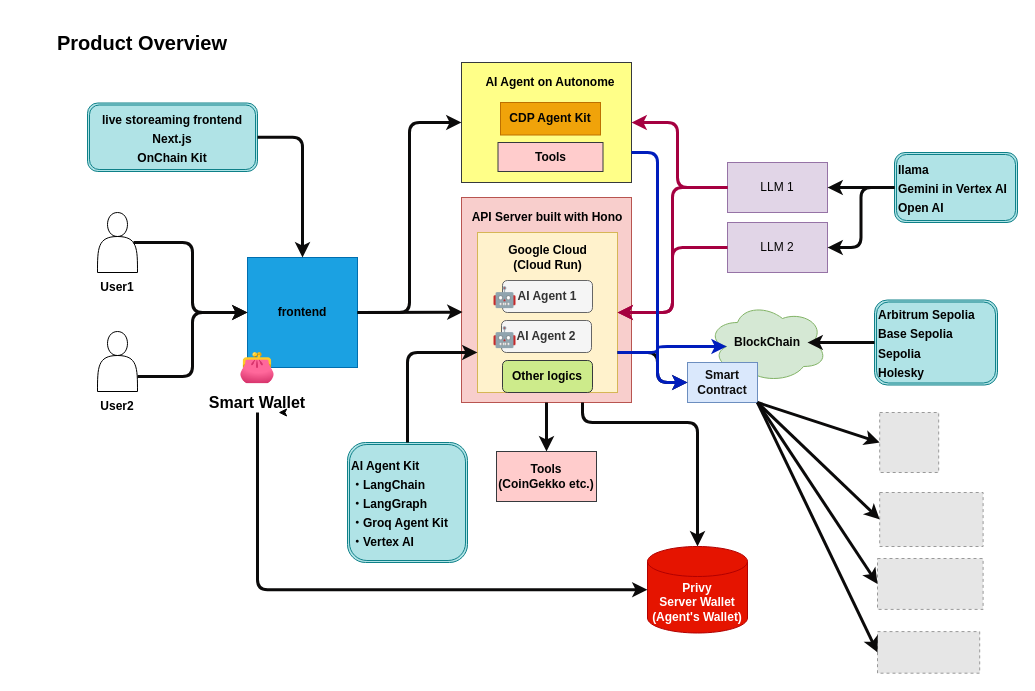
Above: page "Page-1" (1 of 2) of docs/architecture.drawio in mashharuki/AgenticEthereum2025 (draw.io), before the change. Source tidied: cells renumbered, new cells numbered last; positions are measured from the earlier drawing's top-left corner, leaving out a move shared by most shapes. Both pictures are drawn from the tidied source at 100%, with x=0, y=0 at pixel (17, 17). Pictures stored in the file or linked from it are replaced by grey dashed boxes.
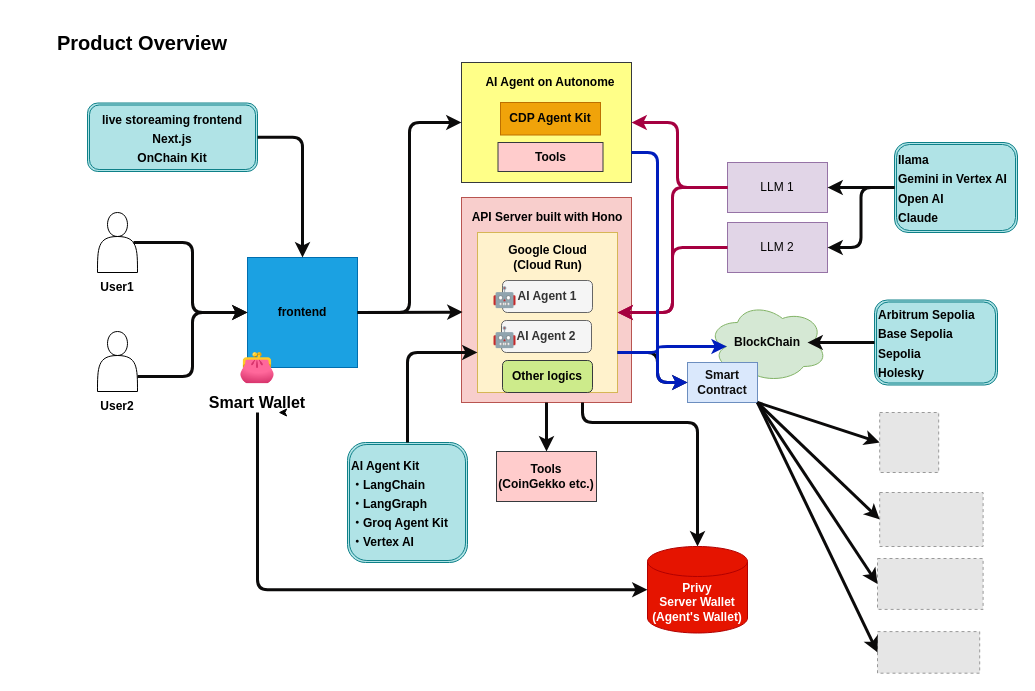
The same page after the edit.

The edit, as a diff of the source:
```diff
@@
-    <mxCell id="32" value="&lt;span style=&quot;font-size: 12px;&quot;&gt;llama&lt;br&gt;Gemini in Vertex AI&lt;br&gt;Open AI&lt;br&gt;&lt;/span&gt;" style="shape=ext;double=1;rounded=1;whiteSpace=wrap;html=1;fontSize=16;fillColor=#b0e3e6;strokeColor=#0e8088;fontColor=#000000;fontStyle=1;align=left;" parent="1" vertex="1">
-      <mxGeometry x="877" y="135" width="123" height="70" as="geometry" />
+    <mxCell id="32" value="&lt;span style=&quot;font-size: 12px;&quot;&gt;llama&lt;br&gt;Gemini in Vertex AI&lt;br&gt;Open AI&lt;br&gt;Claude&lt;br&gt;&lt;/span&gt;" style="shape=ext;double=1;rounded=1;whiteSpace=wrap;html=1;fontSize=16;fillColor=#b0e3e6;strokeColor=#0e8088;fontColor=#000000;fontStyle=1;align=left;" parent="1" vertex="1">
+      <mxGeometry x="877" y="125" width="123" height="90" as="geometry" />
     </mxCell>
```
